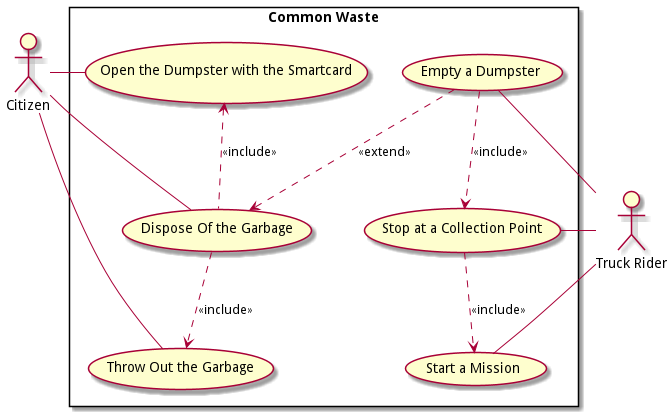
This is uml/commons-use-cases.pm.png from SmartWasteCollection/project-management, a PlantUML export, as it was before one commit. Source of this version:
```plantuml
@startuml
!include ../metamodels/use-cases.iuml
actor "Truck Rider" as tr
actor Citizen as c

scenarios "Common Waste" {
    usecase "Dispose Of the Garbage" as dispose
    usecase "Open the Dumpster with the Smartcard" as smartcard
    usecase "Throw Out the Garbage" as throwout
    include(dispose, smartcard, up)
    include(dispose, throwout)

    uses(c, dispose, right)
    uses(c, smartcard, right)
    uses(c, throwout, right)

    usecase "Start a Mission" as mission
    usecase "Stop at a Collection Point" as collection
    usecase "Empty a Dumpster" as empty
    extend(empty, dispose)
    include(empty, collection)
    include(collection, mission)

    uses(tr, mission)
    uses(tr, collection, left)
    uses(tr, empty)
}


@enduml
```
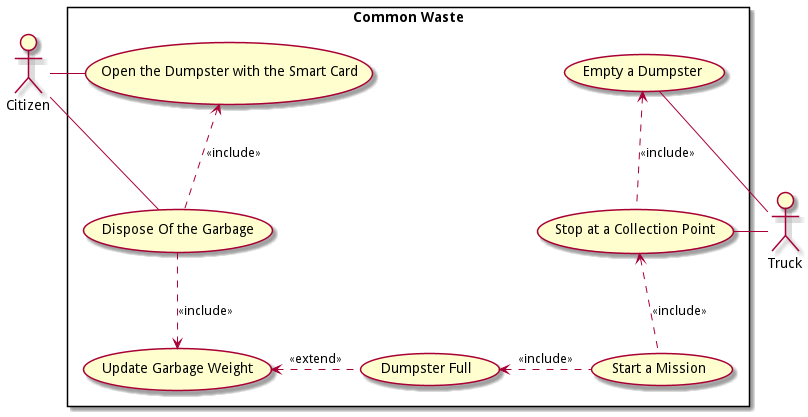
After the commit.

Commit message:
Generate PNG files for PlantUML diagrams

The edit, as a diff of the source:
```diff
@@ -1,29 +1,34 @@
 @startuml
 !include ../metamodels/use-cases.iuml
-actor "Truck Rider" as tr
+actor "Truck" as tr
 actor Citizen as c
 
 scenarios "Common Waste" {
     usecase "Dispose Of the Garbage" as dispose
-    usecase "Open the Dumpster with the Smartcard" as smartcard
-    usecase "Throw Out the Garbage" as throwout
+    usecase "Open the Dumpster with the Smart Card" as smartcard
+    usecase "Update Garbage Weight" as update
+    usecase "Dumpster Full" as full
+
     include(dispose, smartcard, up)
-    include(dispose, throwout)
+    include(dispose, update, down)
 
     uses(c, dispose, right)
     uses(c, smartcard, right)
-    uses(c, throwout, right)
+
+    extend(full, update, left)
+
 
     usecase "Start a Mission" as mission
     usecase "Stop at a Collection Point" as collection
     usecase "Empty a Dumpster" as empty
-    extend(empty, dispose)
-    include(empty, collection)
-    include(collection, mission)
 
-    uses(tr, mission)
+    include(collection, empty, up)
+    include(mission, collection, up)
+
     uses(tr, collection, left)
     uses(tr, empty)
+
+    include(mission, full, left)
 }
 
 
```
